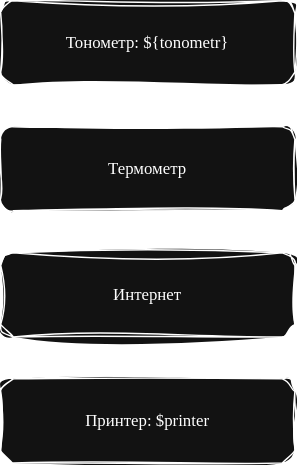
Earlier version of the draw.io export test_2.drawio.svg (KhatsaevK/drawio). Source tidied: cells renumbered, new cells last; positions are measured from the earlier drawing's top-left corner, leaving out a move shared by most shapes.
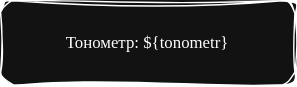
After the change.

Diff of the diagram source:
```diff
@@ -5,14 +5,5 @@
     <mxCell id="2" value="Тонометр: ${tonometr}" style="rounded=1;whiteSpace=wrap;html=1;sketch=1;hachureGap=4;jiggle=2;curveFitting=1;fontFamily=Times New Roman;" parent="1" vertex="1">
       <mxGeometry width="210" height="60" as="geometry" />
     </mxCell>
-    <mxCell id="3" value="Термометр" style="rounded=1;whiteSpace=wrap;html=1;sketch=1;hachureGap=4;jiggle=2;curveFitting=1;fontFamily=Times New Roman;" parent="1" vertex="1">
-      <mxGeometry y="90" width="210" height="60" as="geometry" />
-    </mxCell>
-    <mxCell id="4" value="Интернет" style="rounded=1;whiteSpace=wrap;html=1;sketch=1;hachureGap=4;jiggle=2;curveFitting=1;fontFamily=Times New Roman;" parent="1" vertex="1">
-      <mxGeometry y="180" width="210" height="60" as="geometry" />
-    </mxCell>
-    <mxCell id="5" value="Принтер: $printer" style="rounded=1;whiteSpace=wrap;html=1;sketch=1;hachureGap=4;jiggle=2;curveFitting=1;fontFamily=Times New Roman;" parent="1" vertex="1">
-      <mxGeometry y="270" width="210" height="60" as="geometry" />
-    </mxCell>
   </root>
 </mxGraphModel>
```
